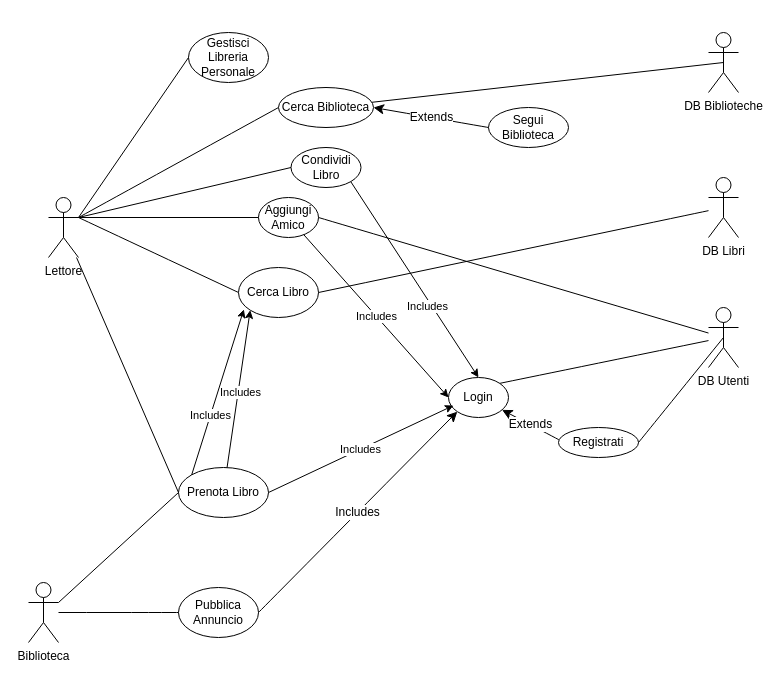
The draw.io diagram page "Pagina-2" (1 of 2) of Casi d'uso/Diagrammi/Diagramma casi d'uso.drawio in Tom-n7/progettoMurakami, before the edit. Source tidied: cells renumbered, new cells numbered last; positions are measured from the earlier drawing's top-left corner, leaving out a move shared by most shapes. Both pictures are drawn from the tidied source at 100%, with x=0, y=0 at pixel (28, 32).
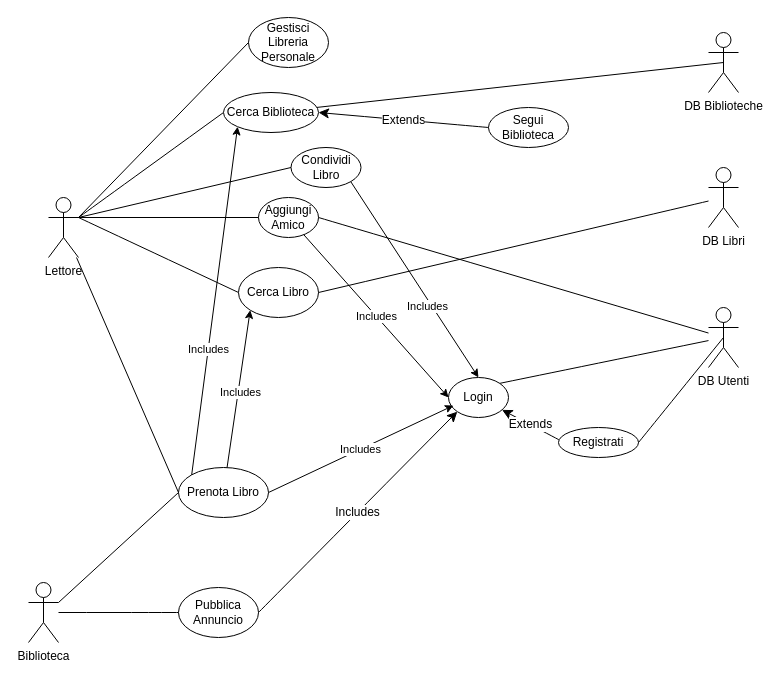
The same page after the edit.

Unchanged cells that the change refers to:
```xml
<mxCell id="13" value="Cerca Libro" style="ellipse;whiteSpace=wrap;html=1;" parent="1" vertex="1">
  <mxGeometry x="210" y="235" width="80" height="50" as="geometry" />
</mxCell>
<mxCell id="30" value="Prenota Libro" style="ellipse;whiteSpace=wrap;html=1;" parent="1" vertex="1">
  <mxGeometry x="150" y="435" width="90" height="50" as="geometry" />
</mxCell>
```

The edit, as a diff of the source:
```diff
@@
     <mxCell id="3" value="Gestisci Libreria Personale" style="ellipse;whiteSpace=wrap;html=1;" parent="1" vertex="1">
-      <mxGeometry x="160" width="80" height="50" as="geometry" />
+      <mxGeometry x="220" y="-15" width="80" height="50" as="geometry" />
     </mxCell>
@@
     <mxCell id="15" value="Cerca Biblioteca" style="ellipse;whiteSpace=wrap;html=1;" parent="1" vertex="1">
-      <mxGeometry x="250" y="55" width="95" height="40" as="geometry" />
+      <mxGeometry x="195" y="60" width="95" height="40" as="geometry" />
     </mxCell>
     <mxCell id="16" value="DB Libri" style="shape=umlActor;verticalLabelPosition=bottom;verticalAlign=top;html=1;outlineConnect=0;" parent="1" vertex="1">
-      <mxGeometry x="680" y="145" width="30" height="60" as="geometry" />
+      <mxGeometry x="680" y="135" width="30" height="60" as="geometry" />
     </mxCell>
@@
-    <mxCell id="37" value="Includes" style="endArrow=classic;html=1;rounded=0;exitX=0;exitY=0;exitDx=0;exitDy=0;entryX=0.067;entryY=0.837;entryDx=0;entryDy=0;entryPerimeter=0;" parent="1" edge="1" source="30" target="13">
+    <mxCell id="37" value="Includes" style="endArrow=classic;html=1;rounded=0;exitX=0;exitY=0;exitDx=0;exitDy=0;entryX=0;entryY=1;entryDx=0;entryDy=0;" parent="1" edge="1" source="30" target="15">
       <mxGeometry x="-0.28" relative="1" as="geometry" />
     </mxCell>
```
